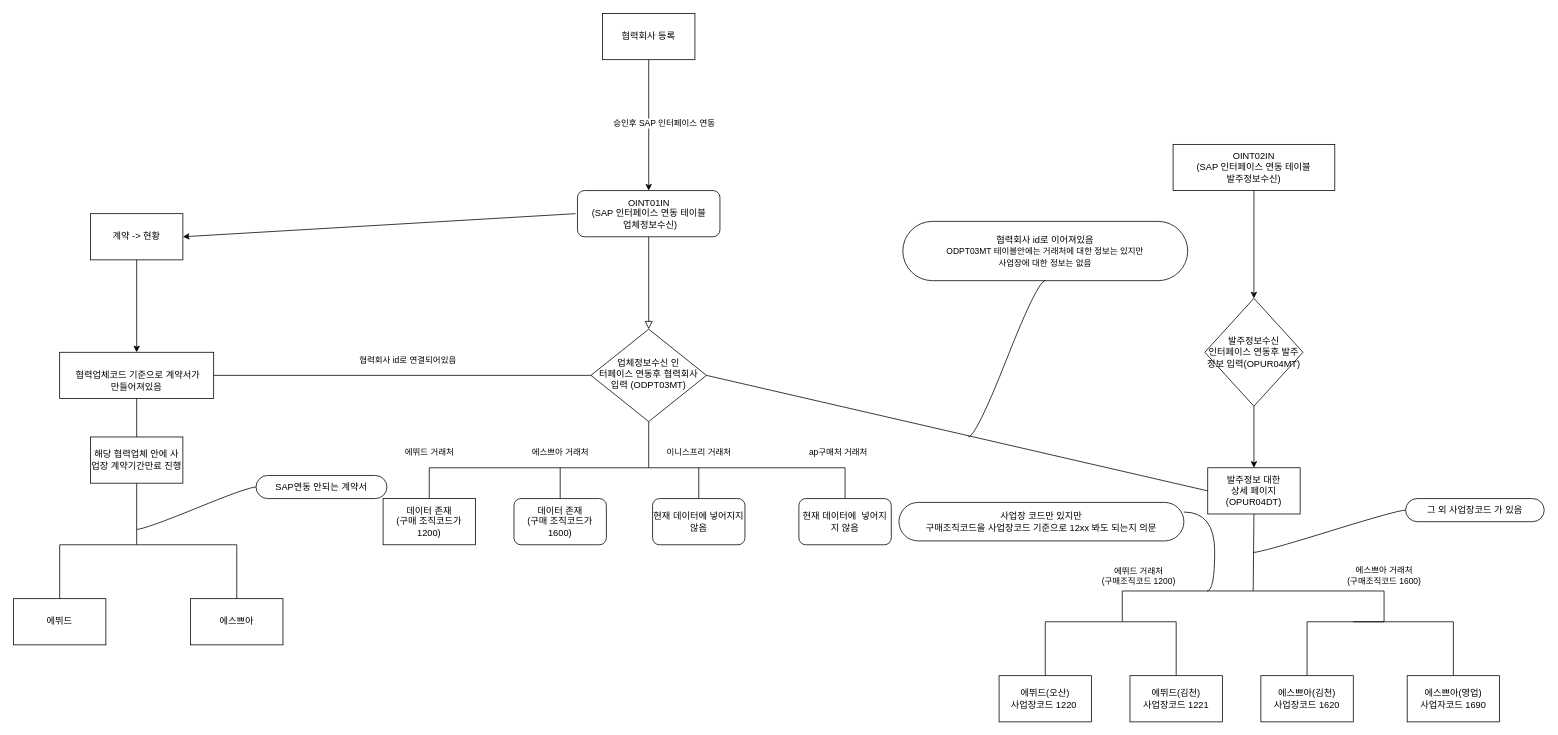
Earlier version of the draw.io diagram 제목 없는 다이어그램.drawio (jeahuck/yang). Source tidied: cells renumbered, new cells numbered last; positions are measured from the earlier drawing's top-left corner, leaving out a move shared by most shapes. Both pictures are drawn from the tidied source at 77%, with x=0, y=0 at pixel (13, 13).
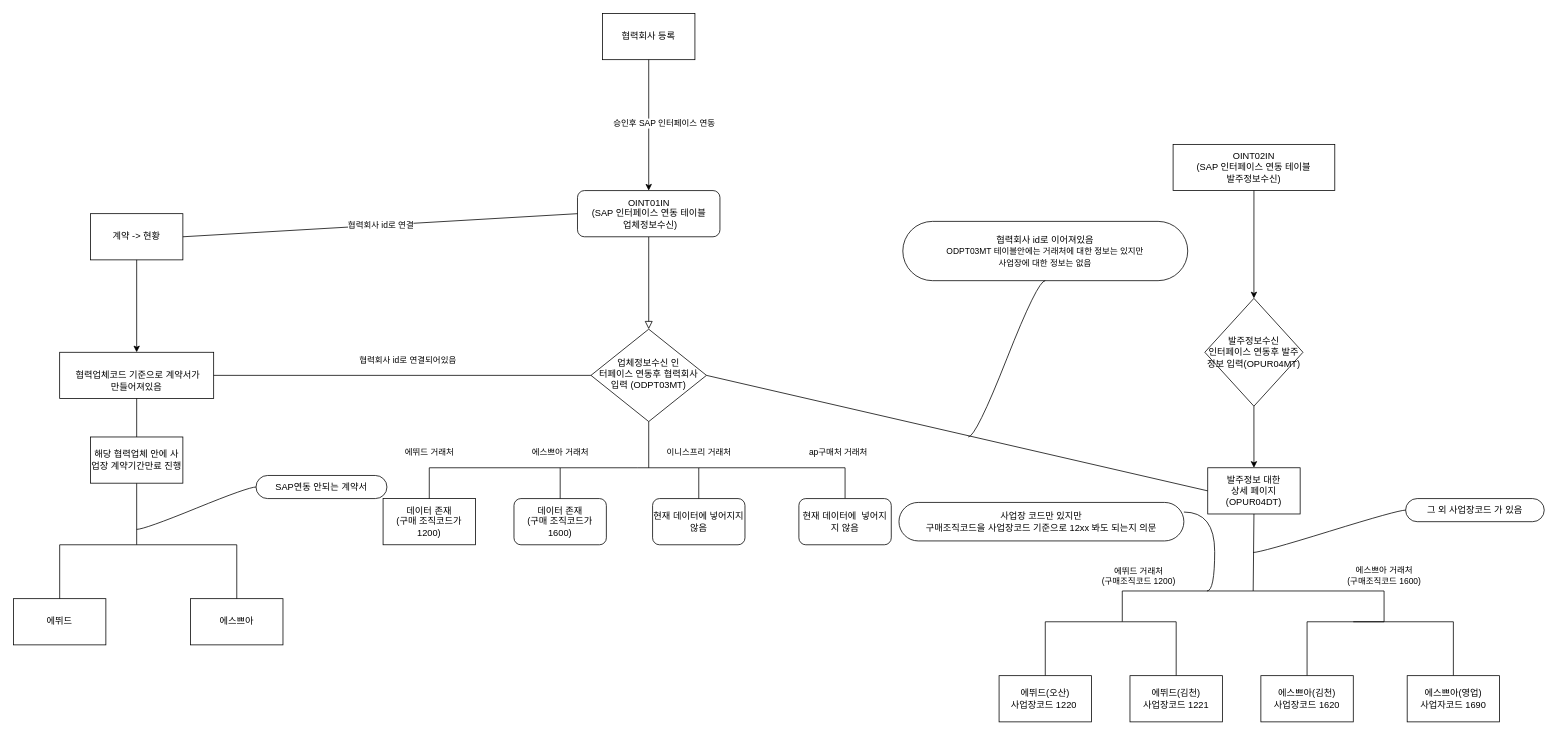
After the change.

Commit message:
제목 없는 다이어그램.drawio 업데이트

The change refers to these unchanged cells:
```xml
<mxCell id="3" value="OINT01IN&lt;br&gt;(SAP 인터페이스 연동 테이블&lt;br&gt;&amp;nbsp;업체정보수신)" style="rounded=1;whiteSpace=wrap;html=1;fontSize=12;glass=0;strokeWidth=1;shadow=0;labelBackgroundColor=none;" parent="1" vertex="1">
  <mxGeometry x="732.5" y="230" width="185" height="60" as="geometry" />
</mxCell>
<mxCell id="31" value="계약 -&amp;gt; 현황" style="rounded=0;whiteSpace=wrap;html=1;" parent="1" vertex="1">
  <mxGeometry x="100" y="260" width="120" height="60" as="geometry" />
</mxCell>
```

Diff of the diagram source:
```diff
@@
-    <mxCell id="30" style="endArrow=classic;html=1;rounded=0;entryX=1;entryY=0.5;entryDx=0;entryDy=0;" parent="1" edge="1" target="31">
-      <mxGeometry relative="1" as="geometry">
-        <mxPoint x="730" y="260" as="sourcePoint" />
-      </mxGeometry>
-    </mxCell>
@@
+    <mxCell id="51" value="협력회사 id로 연결" style="endArrow=none;html=1;rounded=0;exitX=1;exitY=0.5;exitDx=0;exitDy=0;entryX=0;entryY=0.5;entryDx=0;entryDy=0;" parent="1" edge="1" source="31" target="3">
+      <mxGeometry relative="1" as="geometry" />
+    </mxCell>
```
